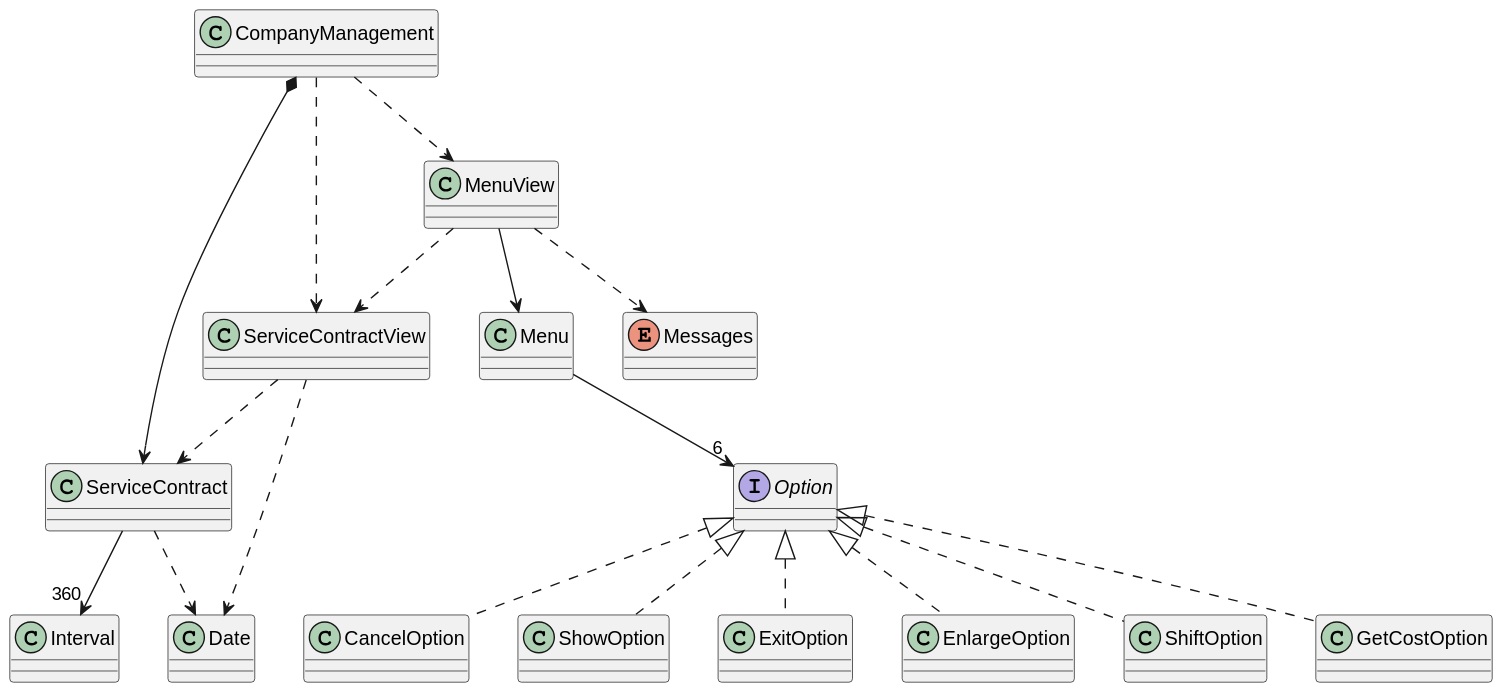
This is tech-java-basadoObjetos/src/es/usantatecla/companyManagement/UML/ModeloClases.svg from USantaTecla-ed-mpds/lab-turing, a PlantUML export, as it was before one commit.
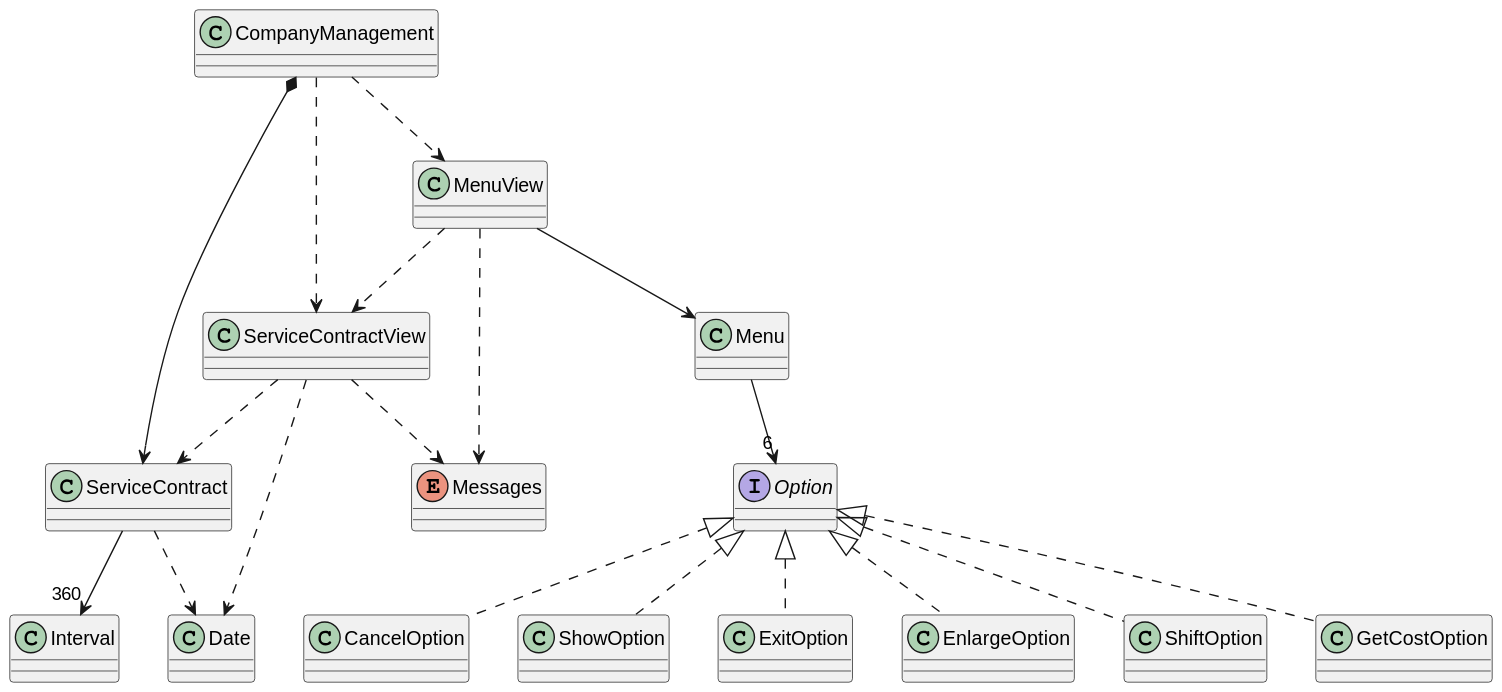
After the commit.

Commit message:
change UML enum messages

Diff of the diagram source:
```diff
@@ -23,6 +23,7 @@
 
 ServiceContractView ..> ServiceContract
 ServiceContractView ..> Date
+ServiceContractView ..> Messages
 
 ServiceContract ..> Date
 ServiceContract --> "360" Interval
```
